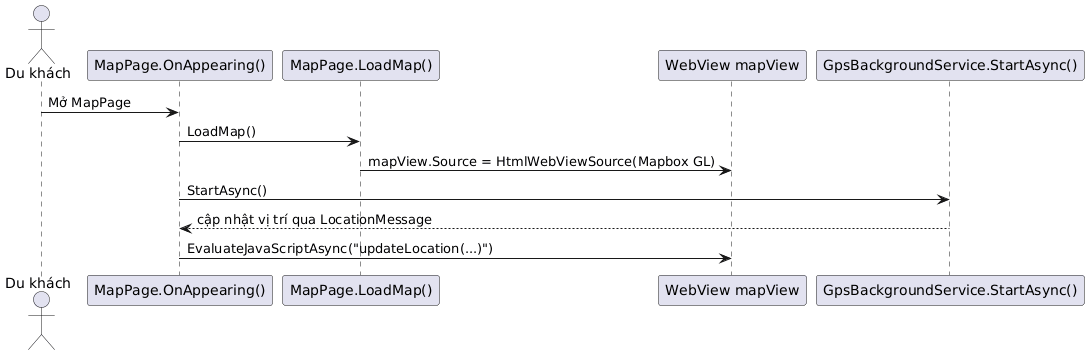
Above: Diagrams/SE DuKhach XemBanDo.png in hoangtri22/TravelGuide (PlantUML), before the change. Its diagram source:
```plantuml
@startuml
actor "Du khách" as USER
participant "MapPage.OnAppearing()" as MP
participant "MapPage.LoadMap()" as LOAD
participant "WebView mapView" as WV
participant "GpsBackgroundService.StartAsync()" as GPS

USER -> MP: Mở MapPage
MP -> LOAD: LoadMap()
LOAD -> WV: mapView.Source = HtmlWebViewSource(Mapbox GL)
MP -> GPS: StartAsync()
GPS --> MP: cập nhật vị trí qua LocationMessage
MP -> WV: EvaluateJavaScriptAsync("updateLocation(...)")
@enduml
```
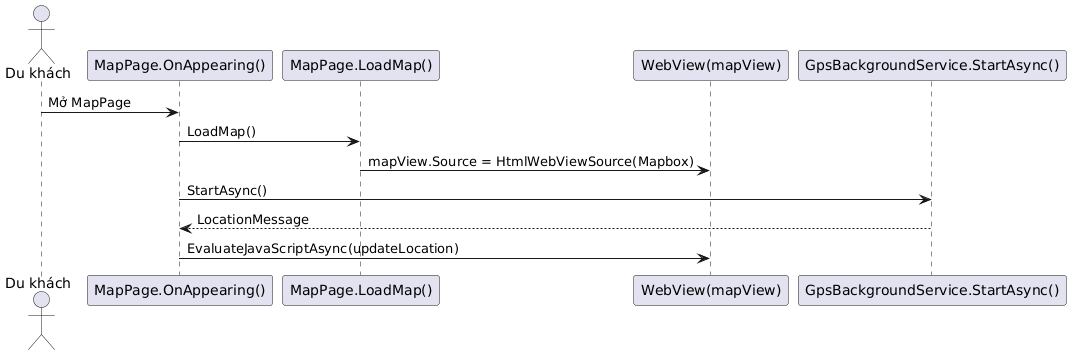
Later version of the same file.

Diff of the diagram source:
```diff
@@ -1,14 +1,13 @@
 @startuml
-actor "Du khách" as USER
+actor "Du khách" as U
 participant "MapPage.OnAppearing()" as MP
 participant "MapPage.LoadMap()" as LOAD
-participant "WebView mapView" as WV
+participant "WebView(mapView)" as WV
 participant "GpsBackgroundService.StartAsync()" as GPS
-
-USER -> MP: Mở MapPage
-MP -> LOAD: LoadMap()
-LOAD -> WV: mapView.Source = HtmlWebViewSource(Mapbox GL)
-MP -> GPS: StartAsync()
-GPS --> MP: cập nhật vị trí qua LocationMessage
-MP -> WV: EvaluateJavaScriptAsync("updateLocation(...)")
+U -> MP : Mở MapPage
+MP -> LOAD : LoadMap()
+LOAD -> WV : mapView.Source = HtmlWebViewSource(Mapbox)
+MP -> GPS : StartAsync()
+GPS --> MP : LocationMessage
+MP -> WV : EvaluateJavaScriptAsync(updateLocation)
 @enduml
```
